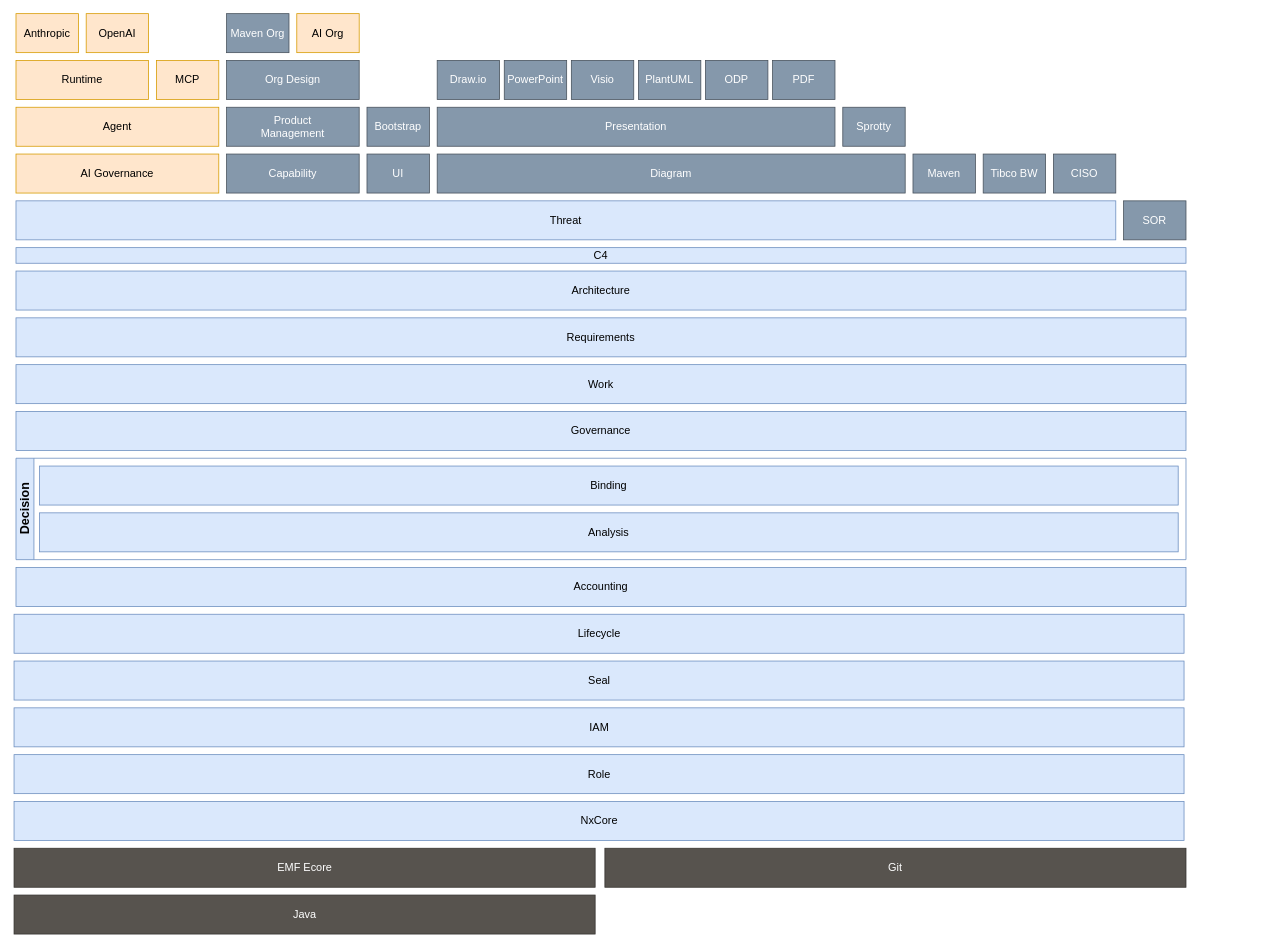
The draw.io diagram model-tower.drawio in Nasdanika/nasdanika.com, before the edit. Source tidied: cells renumbered, new cells numbered last; positions are measured from the earlier drawing's top-left corner, leaving out a move shared by most shapes. Both pictures are drawn from the tidied source at 78%, with x=0, y=0 at pixel (14, 13).
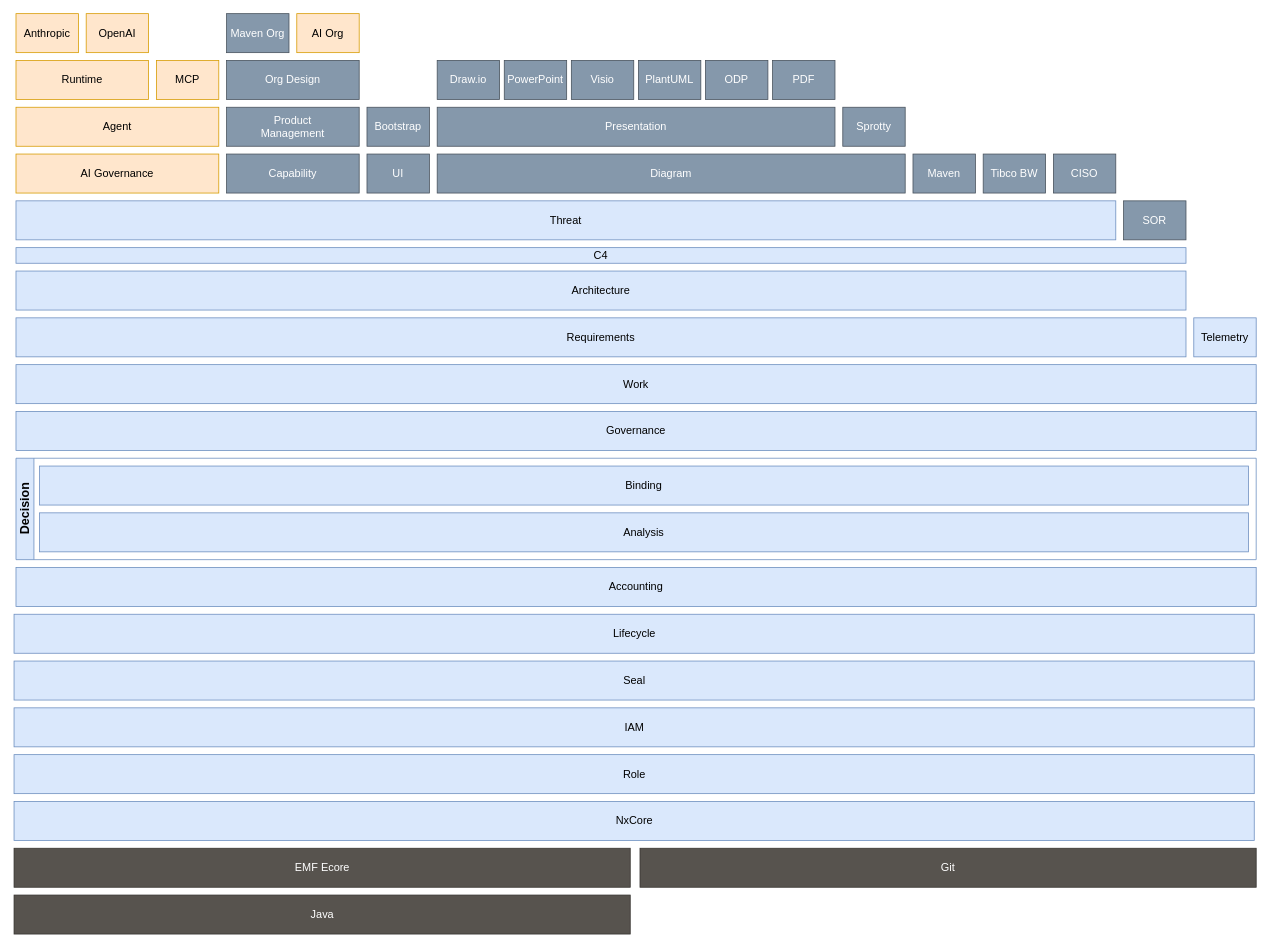
Above is the later version.

The edit, as a diff of the source:
```diff
@@
     <mxCell id="2" value="NxCore" style="rounded=0;whiteSpace=wrap;html=1;fillColor=#dae8fc;strokeColor=#6c8ebf;fontSize=14;" parent="1" vertex="1">
-      <mxGeometry x="-0.5" y="1010" width="1500" height="50" as="geometry" />
+      <mxGeometry x="-0.5" y="1010" width="1590" height="50" as="geometry" />
     </mxCell>
     <mxCell id="3" value="Role" style="rounded=0;whiteSpace=wrap;html=1;fillColor=#dae8fc;strokeColor=#6c8ebf;fontSize=14;" parent="1" vertex="1">
-      <mxGeometry x="-0.5" y="950" width="1500" height="50" as="geometry" />
+      <mxGeometry x="-0.5" y="950" width="1590" height="50" as="geometry" />
     </mxCell>
     <mxCell id="4" value="IAM" style="rounded=0;whiteSpace=wrap;html=1;fillColor=#dae8fc;strokeColor=#6c8ebf;fontSize=14;" parent="1" vertex="1">
-      <mxGeometry x="-0.5" y="890" width="1500" height="50" as="geometry" />
+      <mxGeometry x="-0.5" y="890" width="1590" height="50" as="geometry" />
     </mxCell>
     <mxCell id="5" value="Lifecycle" style="rounded=0;whiteSpace=wrap;html=1;fillColor=#dae8fc;strokeColor=#6c8ebf;fontSize=14;" parent="1" vertex="1">
-      <mxGeometry x="-0.5" y="770" width="1500" height="50" as="geometry" />
+      <mxGeometry x="-0.5" y="770" width="1590" height="50" as="geometry" />
     </mxCell>
     <mxCell id="6" value="Governance" style="rounded=0;whiteSpace=wrap;html=1;fillColor=#dae8fc;strokeColor=#6c8ebf;fontSize=14;" parent="1" vertex="1">
-      <mxGeometry x="2" y="510" width="1500" height="50" as="geometry" />
+      <mxGeometry x="2" y="510" width="1590" height="50" as="geometry" />
     </mxCell>
     <mxCell id="7" value="Work" style="rounded=0;whiteSpace=wrap;html=1;fillColor=#dae8fc;strokeColor=#6c8ebf;fontSize=14;" parent="1" vertex="1">
-      <mxGeometry x="2" y="450" width="1500" height="50" as="geometry" />
+      <mxGeometry x="2" y="450" width="1590" height="50" as="geometry" />
     </mxCell>
@@
     <mxCell id="30" value="Git" style="rounded=0;whiteSpace=wrap;html=1;fillColor=#57534E;fontColor=#ffffff;strokeColor=#363330;fontSize=14;" parent="1" vertex="1">
-      <mxGeometry x="757" y="1070" width="745" height="50" as="geometry" />
+      <mxGeometry x="802" y="1070" width="790" height="50" as="geometry" />
     </mxCell>
     <mxCell id="31" value="Seal" style="rounded=0;whiteSpace=wrap;html=1;fillColor=#dae8fc;strokeColor=#6c8ebf;fontSize=14;" parent="1" vertex="1">
-      <mxGeometry x="-0.5" y="830" width="1500" height="50" as="geometry" />
+      <mxGeometry x="-0.5" y="830" width="1590" height="50" as="geometry" />
     </mxCell>
@@
     <mxCell id="34" value="EMF Ecore" style="rounded=0;whiteSpace=wrap;html=1;fillColor=#57534E;fontColor=#ffffff;strokeColor=#363330;fontSize=14;" parent="1" vertex="1">
-      <mxGeometry x="-0.5" y="1070" width="745" height="50" as="geometry" />
+      <mxGeometry x="-0.5" y="1070" width="790" height="50" as="geometry" />
     </mxCell>
     <mxCell id="35" value="Java" style="rounded=0;whiteSpace=wrap;html=1;fillColor=#57534E;fontColor=#ffffff;strokeColor=#363330;fontSize=14;" parent="1" vertex="1">
-      <mxGeometry x="-0.5" y="1130" width="745" height="50" as="geometry" />
+      <mxGeometry x="-0.5" y="1130" width="790" height="50" as="geometry" />
     </mxCell>
@@
     <mxCell id="40" value="Decision" style="swimlane;horizontal=0;whiteSpace=wrap;html=1;fillColor=#dae8fc;strokeColor=#6c8ebf;fontSize=16;" parent="1" vertex="1">
-      <mxGeometry x="2" y="570" width="1500" height="130" as="geometry" />
+      <mxGeometry x="2" y="570" width="1590" height="130" as="geometry" />
     </mxCell>
     <mxCell id="41" value="Analysis" style="rounded=0;whiteSpace=wrap;html=1;fillColor=#dae8fc;strokeColor=#6c8ebf;fontSize=14;" parent="40" vertex="1">
-      <mxGeometry x="30" y="70" width="1460" height="50" as="geometry" />
+      <mxGeometry x="30" y="70" width="1550" height="50" as="geometry" />
     </mxCell>
     <mxCell id="42" value="Binding" style="rounded=0;whiteSpace=wrap;html=1;fillColor=#dae8fc;strokeColor=#6c8ebf;fontSize=14;" parent="40" vertex="1">
-      <mxGeometry x="30" y="10" width="1460" height="50" as="geometry" />
+      <mxGeometry x="30" y="10" width="1550" height="50" as="geometry" />
     </mxCell>
@@
     <mxCell id="44" value="Accounting" style="rounded=0;whiteSpace=wrap;html=1;fillColor=#dae8fc;strokeColor=#6c8ebf;fontSize=14;" parent="1" vertex="1">
-      <mxGeometry x="2" y="710" width="1500" height="50" as="geometry" />
+      <mxGeometry x="2" y="710" width="1590" height="50" as="geometry" />
     </mxCell>
@@
+    <mxCell id="46" value="Telemetry" style="rounded=0;whiteSpace=wrap;html=1;fillColor=#dae8fc;strokeColor=#6c8ebf;fontSize=14;" parent="1" vertex="1">
+      <mxGeometry x="1512" y="390" width="80" height="50" as="geometry" />
+    </mxCell>
```
